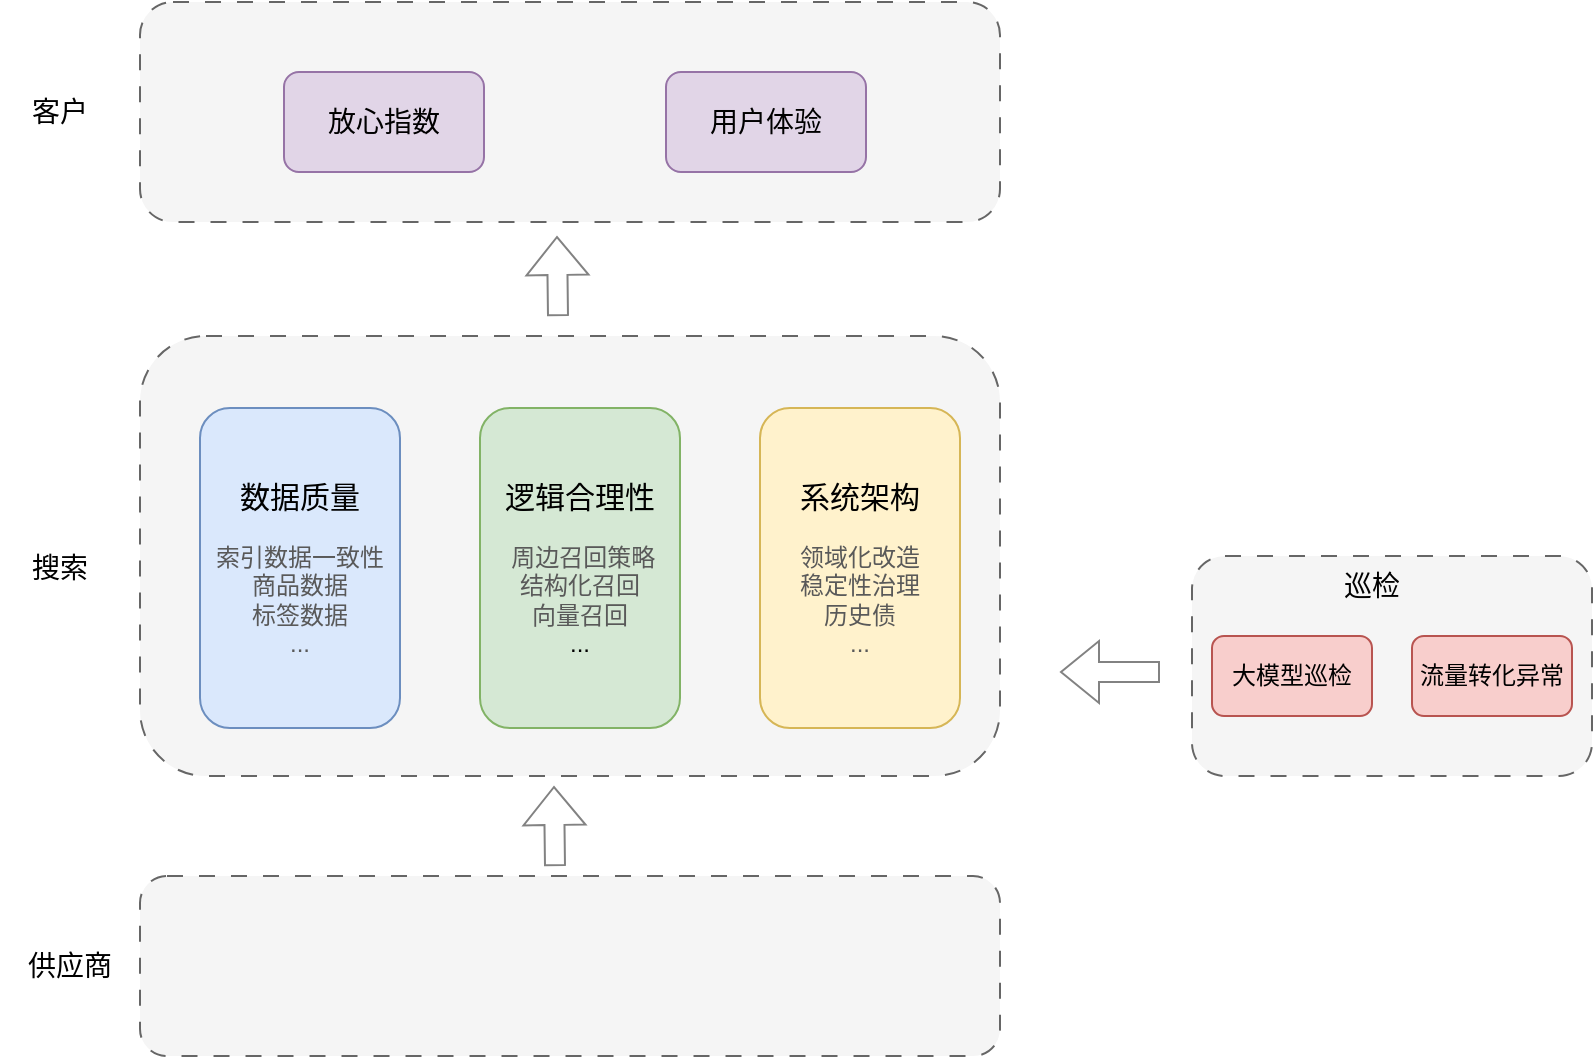
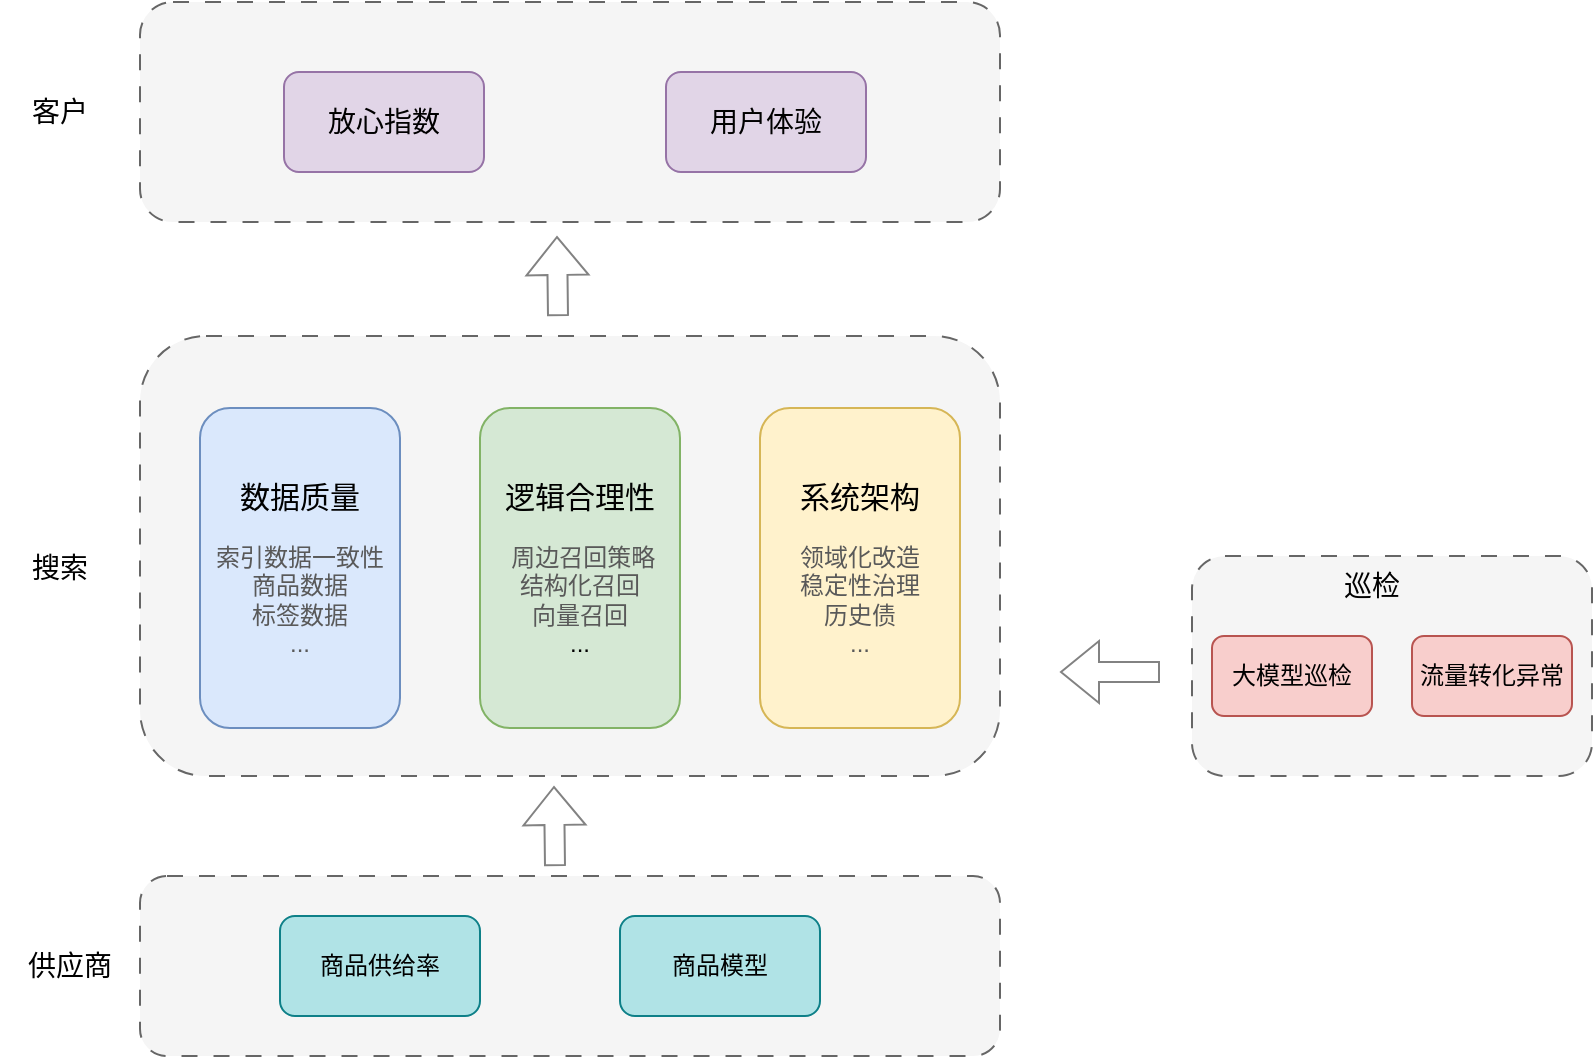
<mxfile host="app.diagrams.net">
  <diagram name="Page-1" id="1cR07LBDFx1RoSJZ6Wql">
    <mxGraphModel dx="1414" dy="743" grid="1" gridSize="10" guides="1" tooltips="1" connect="1" arrows="1" fold="1" page="1" pageScale="1" pageWidth="850" pageHeight="1100" math="0" shadow="0">
      <root>
        <mxCell id="0" />
        <mxCell id="1" parent="0" />
        <mxCell id="Adaqf0mwLsDgr5pI4iPU-1" parent="1" style="rounded=1;whiteSpace=wrap;html=1;dashed=1;dashPattern=8 8;fillColor=#f5f5f5;fontColor=#333333;strokeColor=#666666;" value="" vertex="1">
          <mxGeometry height="110" width="430" x="80" y="23" as="geometry" />
        </mxCell>
        <mxCell id="Adaqf0mwLsDgr5pI4iPU-2" parent="1" style="text;html=1;whiteSpace=wrap;strokeColor=none;fillColor=none;align=center;verticalAlign=middle;rounded=0;fontSize=14;" value="客户" vertex="1">
          <mxGeometry height="30" width="60" x="10" y="63" as="geometry" />
        </mxCell>
        <mxCell id="Adaqf0mwLsDgr5pI4iPU-3" parent="1" style="rounded=1;whiteSpace=wrap;html=1;dashed=1;dashPattern=8 8;fillColor=#f5f5f5;fontColor=#333333;strokeColor=#666666;" value="" vertex="1">
          <mxGeometry height="220" width="430" x="80" y="190" as="geometry" />
        </mxCell>
        <mxCell id="Adaqf0mwLsDgr5pI4iPU-4" parent="1" style="rounded=1;whiteSpace=wrap;html=1;dashed=1;dashPattern=8 8;fillColor=#f5f5f5;fontColor=#333333;strokeColor=#666666;" value="" vertex="1">
          <mxGeometry height="90" width="430" x="80" y="460" as="geometry" />
        </mxCell>
        <mxCell id="Adaqf0mwLsDgr5pI4iPU-5" parent="1" style="text;html=1;whiteSpace=wrap;strokeColor=none;fillColor=none;align=center;verticalAlign=middle;rounded=0;fontSize=14;" value="供应商" vertex="1">
          <mxGeometry height="30" width="60" x="15" y="490" as="geometry" />
        </mxCell>
        <mxCell id="Adaqf0mwLsDgr5pI4iPU-6" parent="1" style="rounded=1;whiteSpace=wrap;html=1;fillColor=#dae8fc;strokeColor=#6c8ebf;" value="&lt;font style=&quot;font-size: 15px;&quot;&gt;数据质量&lt;/font&gt;&lt;div&gt;&lt;br&gt;&lt;/div&gt;&lt;div&gt;&lt;span style=&quot;color: rgb(89, 89, 89);&quot;&gt;索引数据一致性&lt;/span&gt;&lt;/div&gt;&lt;div&gt;&lt;span style=&quot;color: rgb(89, 89, 89);&quot;&gt;商品数据&lt;br&gt;标签数据&lt;/span&gt;&lt;/div&gt;&lt;div&gt;&lt;font color=&quot;#595959&quot;&gt;...&lt;/font&gt;&lt;/div&gt;" vertex="1">
          <mxGeometry height="160" width="100" x="110" y="226" as="geometry" />
        </mxCell>
        <mxCell id="Adaqf0mwLsDgr5pI4iPU-7" parent="1" style="rounded=1;whiteSpace=wrap;html=1;fillColor=#d5e8d4;strokeColor=#82b366;" value="&lt;font style=&quot;font-size: 15px;&quot;&gt;逻辑合理性&lt;/font&gt;&lt;div&gt;&lt;br&gt;&lt;/div&gt;&lt;div&gt;&lt;span style=&quot;color: rgb(89, 89, 89);&quot;&gt;&lt;font&gt;&amp;nbsp;周边召回策略&lt;/font&gt;&lt;/span&gt;&lt;/div&gt;&lt;div&gt;&lt;font color=&quot;#595959&quot;&gt;结构化召回&lt;/font&gt;&lt;/div&gt;&lt;div&gt;&lt;font color=&quot;#595959&quot;&gt;向量召回&lt;/font&gt;&lt;/div&gt;&lt;div&gt;...&lt;/div&gt;" vertex="1">
          <mxGeometry height="160" width="100" x="250" y="226" as="geometry" />
        </mxCell>
        <mxCell id="Adaqf0mwLsDgr5pI4iPU-8" parent="1" style="rounded=1;whiteSpace=wrap;html=1;fillColor=#fff2cc;strokeColor=#d6b656;" value="&lt;font style=&quot;font-size: 15px;&quot;&gt;系统架构&lt;/font&gt;&lt;div&gt;&lt;br&gt;&lt;/div&gt;&lt;div&gt;&lt;font style=&quot;color: rgb(89, 89, 89);&quot;&gt;领域化改造&lt;/font&gt;&lt;/div&gt;&lt;div&gt;&lt;font style=&quot;color: rgb(89, 89, 89);&quot;&gt;稳定性治理&lt;/font&gt;&lt;/div&gt;&lt;div&gt;&lt;font style=&quot;color: rgb(89, 89, 89);&quot;&gt;历史债&lt;/font&gt;&lt;/div&gt;&lt;div&gt;&lt;font color=&quot;#595959&quot;&gt;...&lt;/font&gt;&lt;/div&gt;" vertex="1">
          <mxGeometry height="160" width="100" x="390" y="226" as="geometry" />
        </mxCell>
        <mxCell id="Adaqf0mwLsDgr5pI4iPU-9" parent="1" style="text;html=1;whiteSpace=wrap;strokeColor=none;fillColor=none;align=center;verticalAlign=middle;rounded=0;fontSize=14;" value="搜索" vertex="1">
          <mxGeometry height="30" width="60" x="10" y="291" as="geometry" />
        </mxCell>
        <mxCell id="Adaqf0mwLsDgr5pI4iPU-10" parent="1" style="rounded=1;whiteSpace=wrap;html=1;fillColor=#e1d5e7;strokeColor=#9673a6;fontSize=14;" value="放心指数" vertex="1">
          <mxGeometry height="50" width="100" x="152" y="58" as="geometry" />
        </mxCell>
        <mxCell id="Adaqf0mwLsDgr5pI4iPU-11" parent="1" style="rounded=1;whiteSpace=wrap;html=1;fillColor=#e1d5e7;strokeColor=#9673a6;fontSize=14;" value="用户体验" vertex="1">
          <mxGeometry height="50" width="100" x="343" y="58" as="geometry" />
        </mxCell>
        <mxCell id="ID8xOawOgji8Wly3PIcA-1" parent="1" style="rounded=1;whiteSpace=wrap;html=1;dashed=1;dashPattern=8 8;fillColor=#f5f5f5;fontColor=#333333;strokeColor=#666666;" value="" vertex="1">
          <mxGeometry height="110" width="200" x="606" y="300" as="geometry" />
        </mxCell>
        <mxCell id="ID8xOawOgji8Wly3PIcA-3" parent="1" style="text;html=1;whiteSpace=wrap;strokeColor=none;fillColor=none;align=center;verticalAlign=middle;rounded=0;fontSize=14;" value="巡检" vertex="1">
          <mxGeometry height="30" width="60" x="666" y="300" as="geometry" />
        </mxCell>
        <mxCell id="ID8xOawOgji8Wly3PIcA-4" parent="1" style="rounded=1;whiteSpace=wrap;html=1;fillColor=#f8cecc;strokeColor=#b85450;" value="大模型巡检" vertex="1">
          <mxGeometry height="40" width="80" x="616" y="340" as="geometry" />
        </mxCell>
        <mxCell id="ID8xOawOgji8Wly3PIcA-5" parent="1" style="rounded=1;whiteSpace=wrap;html=1;fillColor=#f8cecc;strokeColor=#b85450;" value="流量转化异常" vertex="1">
          <mxGeometry height="40" width="80" x="716" y="340" as="geometry" />
        </mxCell>
        <mxCell id="ID8xOawOgji8Wly3PIcA-7" edge="1" parent="1" style="shape=flexArrow;endArrow=classic;html=1;rounded=0;strokeColor=#828282;" value="">
          <mxGeometry height="50" relative="1" width="50" as="geometry">
            <mxPoint x="289" y="180" as="sourcePoint" />
            <mxPoint x="288.5" y="140" as="targetPoint" />
          </mxGeometry>
        </mxCell>
        <mxCell id="ID8xOawOgji8Wly3PIcA-8" edge="1" parent="1" style="shape=flexArrow;endArrow=classic;html=1;rounded=0;strokeColor=#828282;" value="">
          <mxGeometry height="50" relative="1" width="50" as="geometry">
            <mxPoint x="287.5" y="455" as="sourcePoint" />
            <mxPoint x="287" y="415" as="targetPoint" />
          </mxGeometry>
        </mxCell>
        <mxCell id="ID8xOawOgji8Wly3PIcA-9" edge="1" parent="1" style="shape=flexArrow;endArrow=classic;html=1;rounded=0;strokeColor=#828282;" value="">
          <mxGeometry height="50" relative="1" width="50" as="geometry">
            <mxPoint x="590" y="358" as="sourcePoint" />
            <mxPoint x="540" y="358" as="targetPoint" />
          </mxGeometry>
        </mxCell>
+         <mxCell id="ID8xOawOgji8Wly3PIcA-10" parent="1" style="rounded=1;whiteSpace=wrap;html=1;fillColor=#b0e3e6;strokeColor=#0e8088;" value="商品供给率" vertex="1">
+           <mxGeometry height="50" width="100" x="150" y="480" as="geometry" />
+         </mxCell>
+         <mxCell id="ID8xOawOgji8Wly3PIcA-11" parent="1" style="rounded=1;whiteSpace=wrap;html=1;fillColor=#b0e3e6;strokeColor=#0e8088;" value="商品模型" vertex="1">
+           <mxGeometry height="50" width="100" x="320" y="480" as="geometry" />
+         </mxCell>
      </root>
    </mxGraphModel>
  </diagram>
</mxfile>
